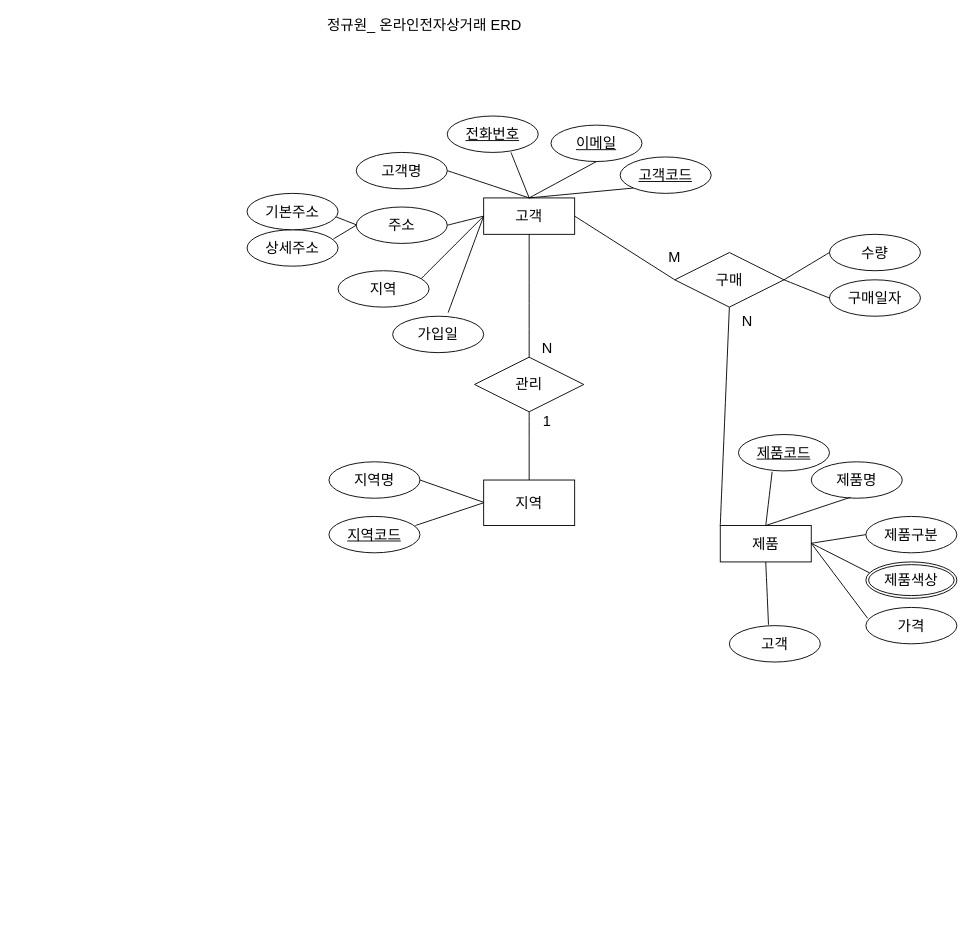
Jungkyuwonnn/bigdata keeps this draw.io diagram as product.drawio. Above is the earlier version. Source tidied: cells renumbered, new cells numbered last; positions are measured from the earlier drawing's top-left corner, leaving out a move shared by most shapes. Both pictures are drawn from the tidied source at 91%, with x=0, y=0 at pixel (247, 15).
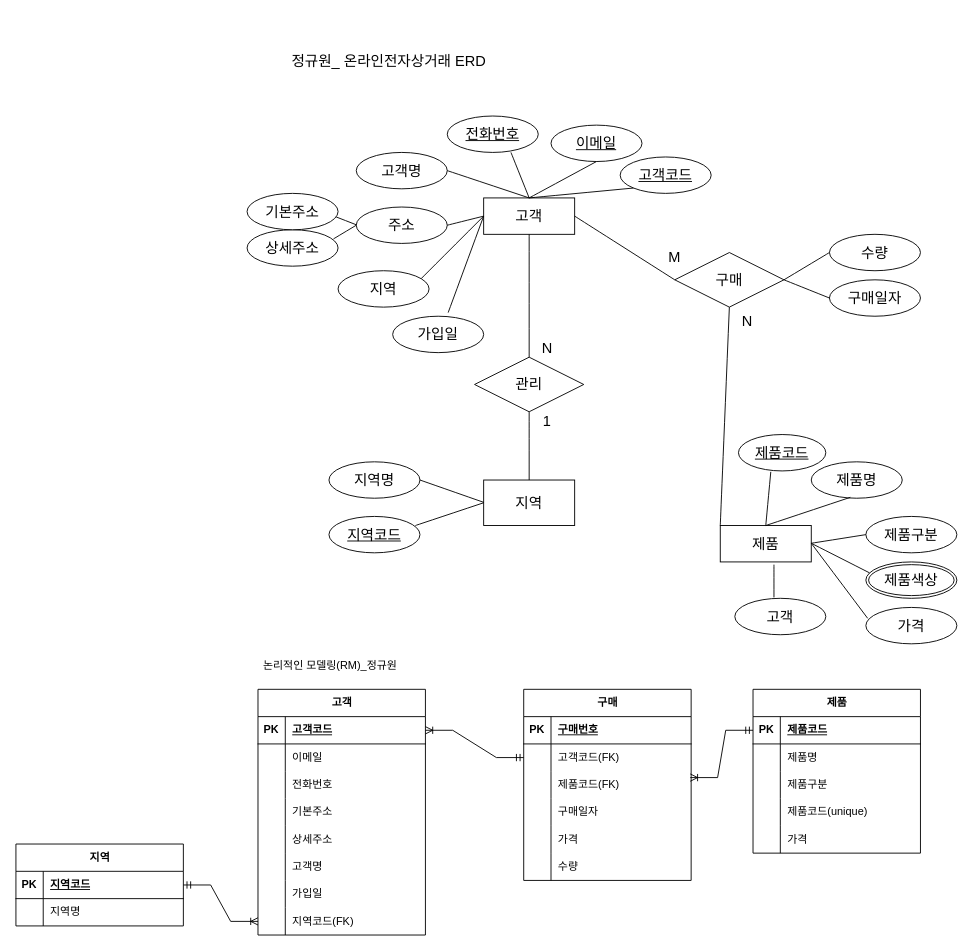
After the change.

Unchanged cells that the change refers to:
```xml
<mxCell id="18" value="제품" style="whiteSpace=wrap;html=1;align=center;fontSize=16;" parent="1" vertex="1">
  <mxGeometry x="520" y="560" width="100" height="40" as="geometry" />
</mxCell>
```

Change to the diagram source:
```diff
@@
     <mxCell id="23" value="제품코드" style="ellipse;whiteSpace=wrap;html=1;align=center;fontStyle=4;fontSize=16;" parent="1" vertex="1">
-      <mxGeometry x="540" y="460" width="100" height="40" as="geometry" />
+      <mxGeometry x="540" y="460" width="96" height="40" as="geometry" />
     </mxCell>
@@
     <mxCell id="28" value="고객" style="ellipse;whiteSpace=wrap;html=1;align=center;fontSize=16;" parent="1" vertex="1">
-      <mxGeometry x="530" y="670" width="100" height="40" as="geometry" />
+      <mxGeometry x="536" y="640" width="100" height="40" as="geometry" />
     </mxCell>
@@
-    <mxCell id="34" style="endArrow=none;html=1;rounded=0;fontSize=12;startSize=8;endSize=8;curved=1;entryX=0.43;entryY=-0.025;entryDx=0;entryDy=0;entryPerimeter=0;exitX=0.5;exitY=1;exitDx=0;exitDy=0;" parent="1" edge="1" source="18" target="28">
+    <mxCell id="34" style="endArrow=none;html=1;rounded=0;fontSize=12;startSize=8;endSize=8;curved=1;entryX=0.43;entryY=-0.025;entryDx=0;entryDy=0;entryPerimeter=0;exitX=0.59;exitY=1.075;exitDx=0;exitDy=0;exitPerimeter=0;" parent="1" edge="1" source="18" target="28">
       <mxGeometry relative="1" as="geometry" />
     </mxCell>
@@
     <mxCell id="53" value="정규원_ 온라인전자상거래 ERD" style="text;html=1;strokeColor=none;fillColor=none;align=center;verticalAlign=middle;whiteSpace=wrap;rounded=0;fontSize=16;" parent="1" vertex="1">
-      <mxGeometry x="60" width="270" height="20" as="geometry" />
+      <mxGeometry x="21" y="40" width="270" height="20" as="geometry" />
     </mxCell>
+    <mxCell id="54" value="고객" style="shape=table;startSize=30;childLayout=tableLayout;rowLines=0;fontStyle=1;align=center;html=1;" parent="1" vertex="1">
+      <mxGeometry x="12" y="740" width="184" height="270" as="geometry" />
+    </mxCell>
+    <mxCell id="55" style="shape=tableRow;horizontal=0;startSize=0;swimlaneHead=0;swimlaneBody=0;fillColor=none;points=[[0,0.5],[1,0.5]];portConstraint=eastwest;top=0;left=0;right=0;bottom=1;" parent="54" vertex="1">
+      <mxGeometry y="30" width="184" height="30" as="geometry" />
+    </mxCell>
+    <mxCell id="56" value="PK" style="shape=partialRectangle;fillColor=none;top=0;left=0;bottom=0;right=0;fontStyle=1;overflow=hidden;whiteSpace=wrap;html=1;" parent="55" vertex="1">
+      <mxGeometry width="30" height="30" as="geometry" />
+    </mxCell>
+    <mxCell id="57" value="고객코드" style="shape=partialRectangle;fillColor=none;top=0;left=0;bottom=0;right=0;align=left;spacingLeft=6;fontStyle=5;overflow=hidden;whiteSpace=wrap;html=1;" parent="55" vertex="1">
+      <mxGeometry x="30" width="154" height="30" as="geometry" />
+    </mxCell>
+    <mxCell id="58" style="shape=tableRow;horizontal=0;startSize=0;swimlaneHead=0;swimlaneBody=0;fillColor=none;top=0;left=0;right=0;bottom=0;" parent="54" vertex="1">
+      <mxGeometry y="60" width="184" height="30" as="geometry" />
+    </mxCell>
+    <mxCell id="59" style="shape=partialRectangle;fillColor=none;top=0;left=0;bottom=0;right=0;overflow=hidden;whiteSpace=wrap;html=1;" parent="58" vertex="1">
+      <mxGeometry width="30" height="30" as="geometry" />
+    </mxCell>
+    <mxCell id="60" value="이메일" style="shape=partialRectangle;fillColor=none;top=0;left=0;bottom=0;right=0;align=left;spacingLeft=6;overflow=hidden;whiteSpace=wrap;html=1;" parent="58" vertex="1">
+      <mxGeometry x="30" width="154" height="30" as="geometry" />
+    </mxCell>
+    <mxCell id="61" style="shape=tableRow;horizontal=0;startSize=0;swimlaneHead=0;swimlaneBody=0;fillColor=none;top=0;left=0;right=0;bottom=0;" parent="54" vertex="1">
+      <mxGeometry y="90" width="184" height="30" as="geometry" />
+    </mxCell>
+    <mxCell id="62" style="shape=partialRectangle;fillColor=none;top=0;left=0;bottom=0;right=0;overflow=hidden;whiteSpace=wrap;html=1;" parent="61" vertex="1">
+      <mxGeometry width="30" height="30" as="geometry" />
+    </mxCell>
+    <mxCell id="63" value="전화번호" style="shape=partialRectangle;fillColor=none;top=0;left=0;bottom=0;right=0;align=left;spacingLeft=6;overflow=hidden;whiteSpace=wrap;html=1;" parent="61" vertex="1">
+      <mxGeometry x="30" width="154" height="30" as="geometry" />
+    </mxCell>
+    <mxCell id="64" style="shape=tableRow;horizontal=0;startSize=0;swimlaneHead=0;swimlaneBody=0;fillColor=none;top=0;left=0;right=0;bottom=0;" parent="54" vertex="1">
+      <mxGeometry y="120" width="184" height="30" as="geometry" />
+    </mxCell>
+    <mxCell id="65" style="shape=partialRectangle;fillColor=none;top=0;left=0;bottom=0;right=0;overflow=hidden;whiteSpace=wrap;html=1;" parent="64" vertex="1">
+      <mxGeometry width="30" height="30" as="geometry" />
+    </mxCell>
+    <mxCell id="66" value="기본주소" style="shape=partialRectangle;fillColor=none;top=0;left=0;bottom=0;right=0;align=left;spacingLeft=6;overflow=hidden;whiteSpace=wrap;html=1;" parent="64" vertex="1">
+      <mxGeometry x="30" width="154" height="30" as="geometry" />
+    </mxCell>
+    <mxCell id="67" style="shape=tableRow;horizontal=0;startSize=0;swimlaneHead=0;swimlaneBody=0;fillColor=none;top=0;left=0;right=0;bottom=0;" parent="54" vertex="1">
+      <mxGeometry y="150" width="184" height="30" as="geometry" />
+    </mxCell>
+    <mxCell id="68" style="shape=partialRectangle;fillColor=none;top=0;left=0;bottom=0;right=0;overflow=hidden;whiteSpace=wrap;html=1;" parent="67" vertex="1">
+      <mxGeometry width="30" height="30" as="geometry" />
+    </mxCell>
+    <mxCell id="69" value="상세주소" style="shape=partialRectangle;fillColor=none;top=0;left=0;bottom=0;right=0;align=left;spacingLeft=6;overflow=hidden;whiteSpace=wrap;html=1;" parent="67" vertex="1">
+      <mxGeometry x="30" width="154" height="30" as="geometry" />
+    </mxCell>
+    <mxCell id="70" style="shape=tableRow;horizontal=0;startSize=0;swimlaneHead=0;swimlaneBody=0;fillColor=none;top=0;left=0;right=0;bottom=0;" parent="54" vertex="1">
+      <mxGeometry y="180" width="184" height="30" as="geometry" />
+    </mxCell>
+    <mxCell id="71" style="shape=partialRectangle;fillColor=none;top=0;left=0;bottom=0;right=0;overflow=hidden;whiteSpace=wrap;html=1;" parent="70" vertex="1">
+      <mxGeometry width="30" height="30" as="geometry" />
+    </mxCell>
+    <mxCell id="72" value="고객명" style="shape=partialRectangle;fillColor=none;top=0;left=0;bottom=0;right=0;align=left;spacingLeft=6;overflow=hidden;whiteSpace=wrap;html=1;" parent="70" vertex="1">
+      <mxGeometry x="30" width="154" height="30" as="geometry" />
+    </mxCell>
+    <mxCell id="73" style="shape=tableRow;horizontal=0;startSize=0;swimlaneHead=0;swimlaneBody=0;fillColor=none;top=0;left=0;right=0;bottom=0;" parent="54" vertex="1">
+      <mxGeometry y="210" width="184" height="30" as="geometry" />
+    </mxCell>
+    <mxCell id="74" style="shape=partialRectangle;fillColor=none;top=0;left=0;bottom=0;right=0;overflow=hidden;whiteSpace=wrap;html=1;" parent="73" vertex="1">
+      <mxGeometry width="30" height="30" as="geometry" />
+    </mxCell>
+    <mxCell id="75" value="가입일" style="shape=partialRectangle;fillColor=none;top=0;left=0;bottom=0;right=0;align=left;spacingLeft=6;overflow=hidden;whiteSpace=wrap;html=1;" parent="73" vertex="1">
+      <mxGeometry x="30" width="154" height="30" as="geometry" />
+    </mxCell>
+    <mxCell id="76" style="shape=tableRow;horizontal=0;startSize=0;swimlaneHead=0;swimlaneBody=0;fillColor=none;points=[[0,0.5],[1,0.5]];portConstraint=eastwest;top=0;left=0;right=0;bottom=0;" parent="54" vertex="1">
+      <mxGeometry y="240" width="184" height="30" as="geometry" />
+    </mxCell>
+    <mxCell id="77" style="shape=partialRectangle;fillColor=none;top=0;left=0;bottom=0;right=0;overflow=hidden;whiteSpace=wrap;html=1;" parent="76" vertex="1">
+      <mxGeometry width="30" height="30" as="geometry" />
+    </mxCell>
+    <mxCell id="78" value="지역코드(FK)" style="shape=partialRectangle;fillColor=none;top=0;left=0;bottom=0;right=0;align=left;spacingLeft=6;overflow=hidden;whiteSpace=wrap;html=1;" parent="76" vertex="1">
+      <mxGeometry x="30" width="154" height="30" as="geometry" />
+    </mxCell>
+    <mxCell id="79" value="제품" style="shape=table;startSize=30;childLayout=tableLayout;rowLines=0;fontStyle=1;align=center;html=1;" parent="1" vertex="1">
+      <mxGeometry x="556" y="740" width="184" height="180" as="geometry" />
+    </mxCell>
+    <mxCell id="80" style="shape=tableRow;horizontal=0;startSize=0;swimlaneHead=0;swimlaneBody=0;fillColor=none;points=[[0,0.5],[1,0.5]];portConstraint=eastwest;top=0;left=0;right=0;bottom=1;" parent="79" vertex="1">
+      <mxGeometry y="30" width="184" height="30" as="geometry" />
+    </mxCell>
+    <mxCell id="81" value="PK" style="shape=partialRectangle;fillColor=none;top=0;left=0;bottom=0;right=0;fontStyle=1;overflow=hidden;whiteSpace=wrap;html=1;" parent="80" vertex="1">
+      <mxGeometry width="30" height="30" as="geometry" />
+    </mxCell>
+    <mxCell id="82" value="제품코드" style="shape=partialRectangle;fillColor=none;top=0;left=0;bottom=0;right=0;align=left;spacingLeft=6;fontStyle=5;overflow=hidden;whiteSpace=wrap;html=1;" parent="80" vertex="1">
+      <mxGeometry x="30" width="154" height="30" as="geometry" />
+    </mxCell>
+    <mxCell id="83" style="shape=tableRow;horizontal=0;startSize=0;swimlaneHead=0;swimlaneBody=0;fillColor=none;top=0;left=0;right=0;bottom=0;" parent="79" vertex="1">
+      <mxGeometry y="60" width="184" height="30" as="geometry" />
+    </mxCell>
+    <mxCell id="84" style="shape=partialRectangle;fillColor=none;top=0;left=0;bottom=0;right=0;overflow=hidden;whiteSpace=wrap;html=1;" parent="83" vertex="1">
+      <mxGeometry width="30" height="30" as="geometry" />
+    </mxCell>
+    <mxCell id="85" value="제품명" style="shape=partialRectangle;fillColor=none;top=0;left=0;bottom=0;right=0;align=left;spacingLeft=6;overflow=hidden;whiteSpace=wrap;html=1;" parent="83" vertex="1">
+      <mxGeometry x="30" width="154" height="30" as="geometry" />
+    </mxCell>
+    <mxCell id="86" style="shape=tableRow;horizontal=0;startSize=0;swimlaneHead=0;swimlaneBody=0;fillColor=none;top=0;left=0;right=0;bottom=0;" parent="79" vertex="1">
+      <mxGeometry y="90" width="184" height="30" as="geometry" />
+    </mxCell>
+    <mxCell id="87" style="shape=partialRectangle;fillColor=none;top=0;left=0;bottom=0;right=0;overflow=hidden;whiteSpace=wrap;html=1;" parent="86" vertex="1">
+      <mxGeometry width="30" height="30" as="geometry" />
+    </mxCell>
+    <mxCell id="88" value="제품구분" style="shape=partialRectangle;fillColor=none;top=0;left=0;bottom=0;right=0;align=left;spacingLeft=6;overflow=hidden;whiteSpace=wrap;html=1;" parent="86" vertex="1">
+      <mxGeometry x="30" width="154" height="30" as="geometry" />
+    </mxCell>
+    <mxCell id="89" style="shape=tableRow;horizontal=0;startSize=0;swimlaneHead=0;swimlaneBody=0;fillColor=none;top=0;left=0;right=0;bottom=0;" parent="79" vertex="1">
+      <mxGeometry y="120" width="184" height="30" as="geometry" />
+    </mxCell>
+    <mxCell id="90" style="shape=partialRectangle;fillColor=none;top=0;left=0;bottom=0;right=0;overflow=hidden;whiteSpace=wrap;html=1;" parent="89" vertex="1">
+      <mxGeometry width="30" height="30" as="geometry" />
+    </mxCell>
+    <mxCell id="91" value="제품코드(unique)" style="shape=partialRectangle;fillColor=none;top=0;left=0;bottom=0;right=0;align=left;spacingLeft=6;overflow=hidden;whiteSpace=wrap;html=1;" parent="89" vertex="1">
+      <mxGeometry x="30" width="154" height="30" as="geometry" />
+    </mxCell>
+    <mxCell id="92" style="shape=tableRow;horizontal=0;startSize=0;swimlaneHead=0;swimlaneBody=0;fillColor=none;top=0;left=0;right=0;bottom=0;" parent="79" vertex="1">
+      <mxGeometry y="150" width="184" height="30" as="geometry" />
+    </mxCell>
+    <mxCell id="93" style="shape=partialRectangle;fillColor=none;top=0;left=0;bottom=0;right=0;overflow=hidden;whiteSpace=wrap;html=1;" parent="92" vertex="1">
+      <mxGeometry width="30" height="30" as="geometry" />
+    </mxCell>
+    <mxCell id="94" value="가격" style="shape=partialRectangle;fillColor=none;top=0;left=0;bottom=0;right=0;align=left;spacingLeft=6;overflow=hidden;whiteSpace=wrap;html=1;" parent="92" vertex="1">
+      <mxGeometry x="30" width="154" height="30" as="geometry" />
+    </mxCell>
+    <mxCell id="95" style="shape=tableRow;horizontal=0;startSize=0;swimlaneHead=0;swimlaneBody=0;fillColor=none;top=0;left=0;right=0;bottom=0;" parent="1" vertex="1">
+      <mxGeometry x="304" y="890" width="184" height="30" as="geometry" />
+    </mxCell>
+    <mxCell id="96" style="shape=partialRectangle;fillColor=none;top=0;left=0;bottom=0;right=0;overflow=hidden;whiteSpace=wrap;html=1;" parent="95" vertex="1">
+      <mxGeometry width="30" height="30" as="geometry" />
+    </mxCell>
+    <mxCell id="97" value="가격" style="shape=partialRectangle;fillColor=none;top=0;left=0;bottom=0;right=0;align=left;spacingLeft=6;overflow=hidden;whiteSpace=wrap;html=1;" parent="95" vertex="1">
+      <mxGeometry x="30" width="154" height="30" as="geometry" />
+    </mxCell>
+    <mxCell id="98" value="지역" style="shape=table;startSize=30;childLayout=tableLayout;rowLines=0;fontStyle=1;align=center;html=1;" parent="1" vertex="1">
+      <mxGeometry x="-254" y="910" width="184" height="90" as="geometry" />
+    </mxCell>
+    <mxCell id="99" style="shape=tableRow;horizontal=0;startSize=0;swimlaneHead=0;swimlaneBody=0;fillColor=none;points=[[0,0.5],[1,0.5]];portConstraint=eastwest;top=0;left=0;right=0;bottom=1;" parent="98" vertex="1">
+      <mxGeometry y="30" width="184" height="30" as="geometry" />
+    </mxCell>
+    <mxCell id="100" value="PK" style="shape=partialRectangle;fillColor=none;top=0;left=0;bottom=0;right=0;fontStyle=1;overflow=hidden;whiteSpace=wrap;html=1;" parent="99" vertex="1">
+      <mxGeometry width="30" height="30" as="geometry" />
+    </mxCell>
+    <mxCell id="101" value="지역코드" style="shape=partialRectangle;fillColor=none;top=0;left=0;bottom=0;right=0;align=left;spacingLeft=6;fontStyle=5;overflow=hidden;whiteSpace=wrap;html=1;" parent="99" vertex="1">
+      <mxGeometry x="30" width="154" height="30" as="geometry" />
+    </mxCell>
+    <mxCell id="102" style="shape=tableRow;horizontal=0;startSize=0;swimlaneHead=0;swimlaneBody=0;fillColor=none;top=0;left=0;right=0;bottom=0;" parent="98" vertex="1">
+      <mxGeometry y="60" width="184" height="30" as="geometry" />
+    </mxCell>
+    <mxCell id="103" style="shape=partialRectangle;fillColor=none;top=0;left=0;bottom=0;right=0;overflow=hidden;whiteSpace=wrap;html=1;" parent="102" vertex="1">
+      <mxGeometry width="30" height="30" as="geometry" />
+    </mxCell>
+    <mxCell id="104" value="지역명" style="shape=partialRectangle;fillColor=none;top=0;left=0;bottom=0;right=0;align=left;spacingLeft=6;overflow=hidden;whiteSpace=wrap;html=1;" parent="102" vertex="1">
+      <mxGeometry x="30" width="154" height="30" as="geometry" />
+    </mxCell>
+    <mxCell id="105" value="구매" style="shape=table;startSize=30;childLayout=tableLayout;rowLines=0;fontStyle=1;align=center;html=1;" parent="1" vertex="1">
+      <mxGeometry x="304" y="740" width="184" height="210" as="geometry" />
+    </mxCell>
+    <mxCell id="106" style="shape=tableRow;horizontal=0;startSize=0;swimlaneHead=0;swimlaneBody=0;fillColor=none;top=0;left=0;right=0;bottom=1;" parent="105" vertex="1">
+      <mxGeometry y="30" width="184" height="30" as="geometry" />
+    </mxCell>
+    <mxCell id="107" value="PK" style="shape=partialRectangle;fillColor=none;top=0;left=0;bottom=0;right=0;fontStyle=1;overflow=hidden;whiteSpace=wrap;html=1;" parent="106" vertex="1">
+      <mxGeometry width="30" height="30" as="geometry" />
+    </mxCell>
+    <mxCell id="108" value="구매번호" style="shape=partialRectangle;fillColor=none;top=0;left=0;bottom=0;right=0;align=left;spacingLeft=6;fontStyle=5;overflow=hidden;whiteSpace=wrap;html=1;" parent="106" vertex="1">
+      <mxGeometry x="30" width="154" height="30" as="geometry" />
+    </mxCell>
+    <mxCell id="109" style="shape=tableRow;horizontal=0;startSize=0;swimlaneHead=0;swimlaneBody=0;fillColor=none;points=[[0,0.5],[1,0.5]];portConstraint=eastwest;top=0;left=0;right=0;bottom=0;" parent="105" vertex="1">
+      <mxGeometry y="60" width="184" height="30" as="geometry" />
+    </mxCell>
+    <mxCell id="110" style="shape=partialRectangle;fillColor=none;top=0;left=0;bottom=0;right=0;overflow=hidden;whiteSpace=wrap;html=1;" parent="109" vertex="1">
+      <mxGeometry width="30" height="30" as="geometry" />
+    </mxCell>
+    <mxCell id="111" value="고객코드(FK)" style="shape=partialRectangle;fillColor=none;top=0;left=0;bottom=0;right=0;align=left;spacingLeft=6;overflow=hidden;whiteSpace=wrap;html=1;" parent="109" vertex="1">
+      <mxGeometry x="30" width="154" height="30" as="geometry" />
+    </mxCell>
+    <mxCell id="112" style="shape=tableRow;horizontal=0;startSize=0;swimlaneHead=0;swimlaneBody=0;fillColor=none;points=[[0,0.5],[1,0.5]];portConstraint=eastwest;top=0;left=0;right=0;bottom=0;" parent="105" vertex="1">
+      <mxGeometry y="90" width="184" height="30" as="geometry" />
+    </mxCell>
+    <mxCell id="113" style="shape=partialRectangle;fillColor=none;top=0;left=0;bottom=0;right=0;overflow=hidden;whiteSpace=wrap;html=1;" parent="112" vertex="1">
+      <mxGeometry width="30" height="30" as="geometry" />
+    </mxCell>
+    <mxCell id="114" value="제품코드(FK)" style="shape=partialRectangle;fillColor=none;top=0;left=0;bottom=0;right=0;align=left;spacingLeft=6;overflow=hidden;whiteSpace=wrap;html=1;" parent="112" vertex="1">
+      <mxGeometry x="30" width="154" height="30" as="geometry" />
+    </mxCell>
+    <mxCell id="115" style="shape=tableRow;horizontal=0;startSize=0;swimlaneHead=0;swimlaneBody=0;fillColor=none;top=0;left=0;right=0;bottom=0;" parent="105" vertex="1">
+      <mxGeometry y="120" width="184" height="30" as="geometry" />
+    </mxCell>
+    <mxCell id="116" style="shape=partialRectangle;fillColor=none;top=0;left=0;bottom=0;right=0;overflow=hidden;whiteSpace=wrap;html=1;" parent="115" vertex="1">
+      <mxGeometry width="30" height="30" as="geometry" />
+    </mxCell>
+    <mxCell id="117" value="구매일자" style="shape=partialRectangle;fillColor=none;top=0;left=0;bottom=0;right=0;align=left;spacingLeft=6;overflow=hidden;whiteSpace=wrap;html=1;" parent="115" vertex="1">
+      <mxGeometry x="30" width="154" height="30" as="geometry" />
+    </mxCell>
+    <mxCell id="118" style="shape=tableRow;horizontal=0;startSize=0;swimlaneHead=0;swimlaneBody=0;fillColor=none;top=0;left=0;right=0;bottom=0;" parent="105" vertex="1">
+      <mxGeometry y="150" width="184" height="30" as="geometry" />
+    </mxCell>
+    <mxCell id="119" style="shape=partialRectangle;fillColor=none;top=0;left=0;bottom=0;right=0;overflow=hidden;whiteSpace=wrap;html=1;" parent="118" vertex="1">
+      <mxGeometry width="30" height="30" as="geometry" />
+    </mxCell>
+    <mxCell id="120" style="shape=partialRectangle;fillColor=none;top=0;left=0;bottom=0;right=0;align=left;spacingLeft=6;overflow=hidden;whiteSpace=wrap;html=1;" parent="118" vertex="1">
+      <mxGeometry x="30" width="154" height="30" as="geometry" />
+    </mxCell>
+    <mxCell id="121" style="shape=tableRow;horizontal=0;startSize=0;swimlaneHead=0;swimlaneBody=0;fillColor=none;top=0;left=0;right=0;bottom=0;" parent="105" vertex="1">
+      <mxGeometry y="180" width="184" height="30" as="geometry" />
+    </mxCell>
+    <mxCell id="122" style="shape=partialRectangle;fillColor=none;top=0;left=0;bottom=0;right=0;overflow=hidden;whiteSpace=wrap;html=1;" parent="121" vertex="1">
+      <mxGeometry width="30" height="30" as="geometry" />
+    </mxCell>
+    <mxCell id="123" value="수량" style="shape=partialRectangle;fillColor=none;top=0;left=0;bottom=0;right=0;align=left;spacingLeft=6;overflow=hidden;whiteSpace=wrap;html=1;" parent="121" vertex="1">
+      <mxGeometry x="30" width="154" height="30" as="geometry" />
+    </mxCell>
+    <mxCell id="124" style="edgeStyle=entityRelationEdgeStyle;fontSize=12;html=1;endArrow=ERoneToMany;startArrow=ERmandOne;rounded=0;exitX=0;exitY=0.5;exitDx=0;exitDy=0;entryX=0.995;entryY=0.233;entryDx=0;entryDy=0;entryPerimeter=0;" parent="1" edge="1" source="80" target="112">
+      <mxGeometry relative="1" as="geometry" />
+    </mxCell>
+    <mxCell id="125" style="edgeStyle=entityRelationEdgeStyle;fontSize=12;html=1;endArrow=ERoneToMany;startArrow=ERmandOne;rounded=0;exitX=1;exitY=0.5;exitDx=0;exitDy=0;" parent="1" edge="1" source="99" target="76">
+      <mxGeometry relative="1" as="geometry" />
+    </mxCell>
+    <mxCell id="126" style="edgeStyle=entityRelationEdgeStyle;fontSize=12;html=1;endArrow=ERoneToMany;startArrow=ERmandOne;rounded=0;entryX=1;entryY=0.5;entryDx=0;entryDy=0;" parent="1" edge="1" source="109" target="55">
+      <mxGeometry relative="1" as="geometry" />
+    </mxCell>
+    <mxCell id="127" value="논리적인 모델링(RM)_정규원" style="text;strokeColor=none;fillColor=none;spacingLeft=4;spacingRight=4;overflow=hidden;fontSize=12;whiteSpace=wrap;html=1;" parent="1" vertex="1">
+      <mxGeometry x="12" y="700" width="334" height="30" as="geometry" />
+    </mxCell>
```
